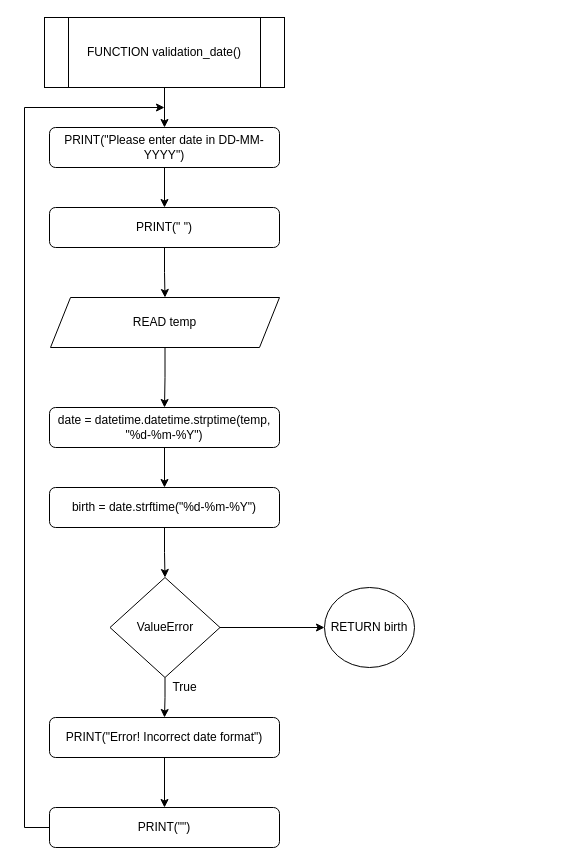
The draw.io diagram Flowchart/default/validation_date.drawio in RabbitBear00/Car-Rental-System, before the edit. Source tidied: cells renumbered, new cells numbered last; positions are measured from the earlier drawing's top-left corner, leaving out a move shared by most shapes. Both pictures are drawn from the tidied source at 100%, with x=0, y=0 at pixel (24, 17).
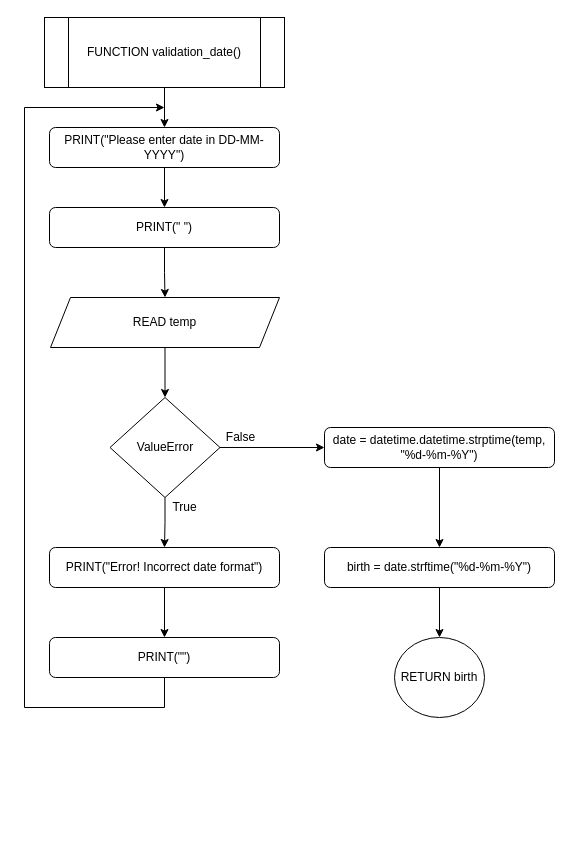
The same diagram, later.

The change refers to these unchanged cells:
```xml
<mxCell id="9" value="READ temp" style="shape=parallelogram;perimeter=parallelogramPerimeter;whiteSpace=wrap;html=1;fixedSize=1;" parent="1" vertex="1">
  <mxGeometry x="26" y="280" width="229" height="50" as="geometry" />
</mxCell>
```

Change to the diagram source:
```diff
@@
-    <mxCell id="8" style="edgeStyle=orthogonalEdgeStyle;rounded=0;jettySize=auto;html=1;" parent="1" edge="1" source="9" target="11">
-      <mxGeometry relative="1" as="geometry" />
-    </mxCell>
+    <mxCell id="23" style="edgeStyle=orthogonalEdgeStyle;rounded=0;jettySize=auto;html=1;entryX=0.5;entryY=0;entryDx=0;entryDy=0;" parent="1" edge="1" source="9" target="16">
+      <mxGeometry relative="1" as="geometry" />
+    </mxCell>
@@
-    <mxCell id="10" style="edgeStyle=orthogonalEdgeStyle;rounded=0;jettySize=auto;html=1;" parent="1" edge="1" source="11" target="13">
-      <mxGeometry relative="1" as="geometry" />
-    </mxCell>
-    <mxCell id="11" value="date = datetime.datetime.strptime(temp, &quot;%d-%m-%Y&quot;)" style="rounded=1;whiteSpace=wrap;html=1;" parent="1" vertex="1">
-      <mxGeometry x="25" y="390" width="230" height="40" as="geometry" />
-    </mxCell>
-    <mxCell id="12" style="edgeStyle=orthogonalEdgeStyle;rounded=0;jettySize=auto;html=1;" parent="1" edge="1" source="13" target="16">
-      <mxGeometry relative="1" as="geometry" />
-    </mxCell>
-    <mxCell id="13" value="birth = date.strftime(&quot;%d-%m-%Y&quot;)" style="rounded=1;whiteSpace=wrap;html=1;" parent="1" vertex="1">
-      <mxGeometry x="25" y="470" width="230" height="40" as="geometry" />
-    </mxCell>
@@
-    <mxCell id="15" style="edgeStyle=orthogonalEdgeStyle;rounded=0;jettySize=auto;html=1;entryX=0;entryY=0.5;entryDx=0;entryDy=0;" parent="1" edge="1" source="16" target="22">
-      <mxGeometry relative="1" as="geometry" />
-    </mxCell>
+    <mxCell id="24" style="edgeStyle=orthogonalEdgeStyle;rounded=0;jettySize=auto;html=1;entryX=0;entryY=0.5;entryDx=0;entryDy=0;" parent="1" edge="1" source="16" target="11">
+      <mxGeometry relative="1" as="geometry" />
+    </mxCell>
     <mxCell id="16" value="ValueError" style="rhombus;whiteSpace=wrap;html=1;" parent="1" vertex="1">
-      <mxGeometry x="85.5" y="560" width="110" height="100" as="geometry" />
+      <mxGeometry x="85.5" y="380" width="110" height="100" as="geometry" />
     </mxCell>
@@
     <mxCell id="18" value="PRINT(&quot;Error! Incorrect date format&quot;)" style="rounded=1;whiteSpace=wrap;html=1;" parent="1" vertex="1">
-      <mxGeometry x="25" y="700" width="230" height="40" as="geometry" />
+      <mxGeometry x="25" y="530" width="230" height="40" as="geometry" />
     </mxCell>
     <mxCell id="19" style="edgeStyle=orthogonalEdgeStyle;rounded=0;jettySize=auto;html=1;" parent="1" edge="1" source="20">
       <mxGeometry relative="1" as="geometry">
         <mxPoint x="140" y="90" as="targetPoint" />
         <Array as="points">
-          <mxPoint y="810" />
+          <mxPoint x="140" y="690" />
+          <mxPoint y="690" />
           <mxPoint y="90" />
-          <mxPoint x="140" y="90" />
         </Array>
       </mxGeometry>
     </mxCell>
     <mxCell id="20" value="PRINT(&quot;&quot;)" style="rounded=1;whiteSpace=wrap;html=1;" parent="1" vertex="1">
-      <mxGeometry x="25" y="790" width="230" height="40" as="geometry" />
+      <mxGeometry x="25" y="620" width="230" height="40" as="geometry" />
     </mxCell>
     <mxCell id="21" value="True" style="text;html=1;align=center;verticalAlign=middle;strokeColor=none;" parent="1" vertex="1">
-      <mxGeometry x="140" y="660" width="40" height="20" as="geometry" />
+      <mxGeometry x="140" y="480" width="40" height="20" as="geometry" />
     </mxCell>
     <mxCell id="22" value="RETURN birth" style="ellipse;whiteSpace=wrap;html=1;" parent="1" vertex="1">
-      <mxGeometry x="300" y="570" width="90" height="80" as="geometry" />
+      <mxGeometry x="370" y="620" width="90" height="80" as="geometry" />
     </mxCell>
+    <mxCell id="10" style="edgeStyle=orthogonalEdgeStyle;rounded=0;jettySize=auto;html=1;entryX=0.5;entryY=0;entryDx=0;entryDy=0;" parent="1" edge="1" source="11" target="13">
+      <mxGeometry relative="1" as="geometry" />
+    </mxCell>
+    <mxCell id="11" value="date = datetime.datetime.strptime(temp, &quot;%d-%m-%Y&quot;)" style="rounded=1;whiteSpace=wrap;html=1;" parent="1" vertex="1">
+      <mxGeometry x="300" y="410" width="230" height="40" as="geometry" />
+    </mxCell>
+    <mxCell id="25" style="edgeStyle=orthogonalEdgeStyle;rounded=0;jettySize=auto;html=1;" parent="1" edge="1" source="13" target="22">
+      <mxGeometry relative="1" as="geometry" />
+    </mxCell>
+    <mxCell id="13" value="birth = date.strftime(&quot;%d-%m-%Y&quot;)" style="rounded=1;whiteSpace=wrap;html=1;" parent="1" vertex="1">
+      <mxGeometry x="300" y="530" width="230" height="40" as="geometry" />
+    </mxCell>
+    <mxCell id="26" value="False" style="text;html=1;align=center;verticalAlign=middle;strokeColor=none;" parent="1" vertex="1">
+      <mxGeometry x="196" y="410" width="40" height="20" as="geometry" />
+    </mxCell>
```
